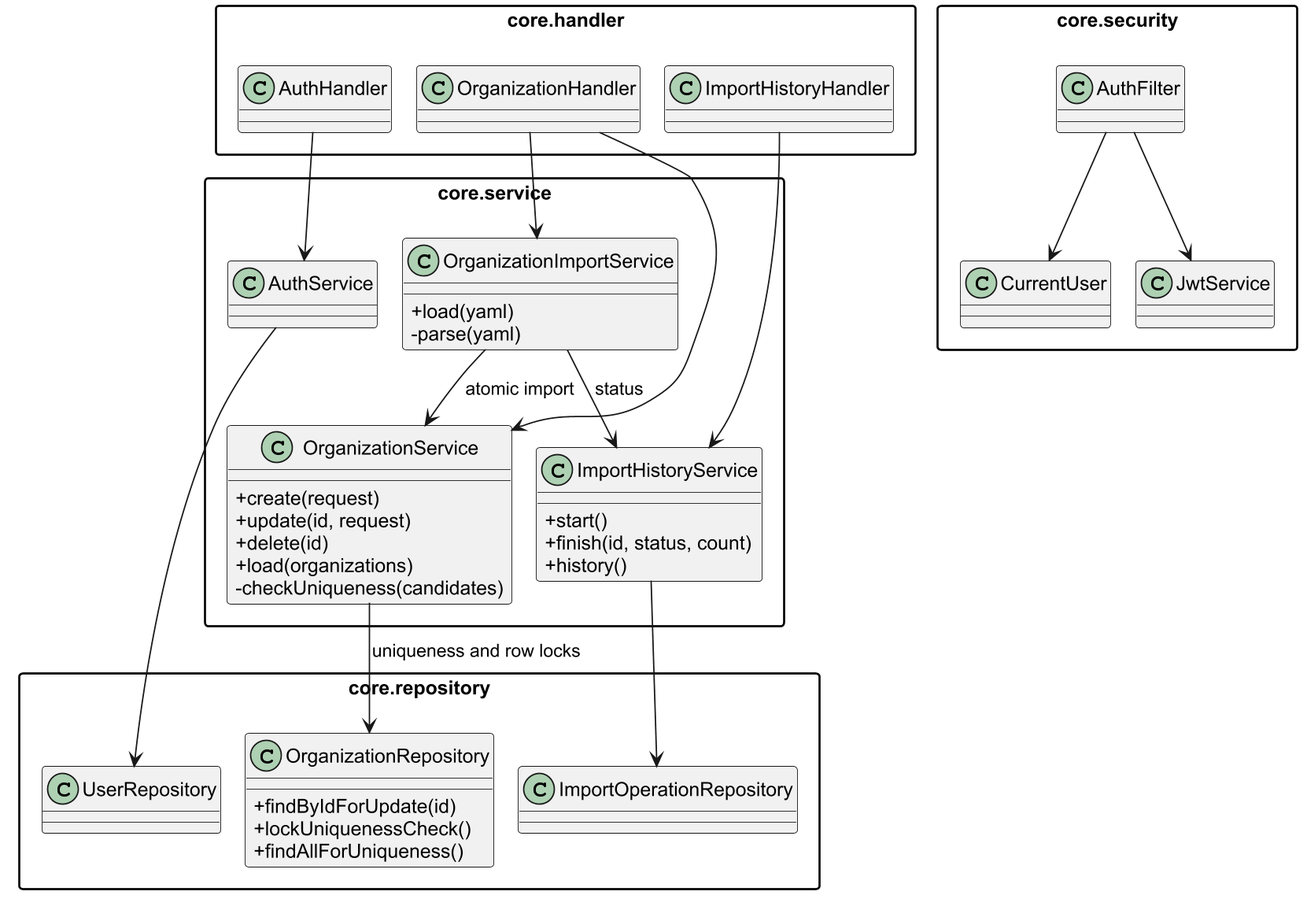
This is report/img/diagram.png from egor-abramov/IS-Lab, a PlantUML export, as it was before one commit. Its diagram source:
```plantuml
@startuml diagram
!pragma layout smetana
skinparam dpi 170
skinparam defaultFontName Arial
skinparam shadowing false
skinparam packageStyle rectangle
skinparam classAttributeIconSize 0
top to bottom direction
set namespaceSeparator none

package "core.handler" {
    class OrganizationHandler
    class ImportHistoryHandler
    class AuthHandler
}

package "core.service" {
    class OrganizationImportService {
        +load(yaml)
        -parse(yaml)
    }
    class OrganizationService {
        +create(request)
        +update(id, request)
        +delete(id)
        +load(organizations)
        -checkUniqueness(candidates)
    }
    class ImportHistoryService {
        +start()
        +finish(id, status, count)
        +history()
    }
    class AuthService
}

package "core.repository" {
    class OrganizationRepository {
        +findByIdForUpdate(id)
        +lockUniquenessCheck()
        +findAllForUniqueness()
    }
    class ImportOperationRepository
    class UserRepository
}

package "core.security" {
    class AuthFilter
    class CurrentUser
    class JwtService
}

OrganizationHandler --> OrganizationImportService
OrganizationHandler --> OrganizationService
ImportHistoryHandler --> ImportHistoryService
AuthHandler --> AuthService
OrganizationImportService --> OrganizationService : atomic import
OrganizationImportService --> ImportHistoryService : status
OrganizationService --> OrganizationRepository : uniqueness and row locks
ImportHistoryService --> ImportOperationRepository
AuthService --> UserRepository
AuthFilter --> CurrentUser
AuthFilter --> JwtService
@enduml
```
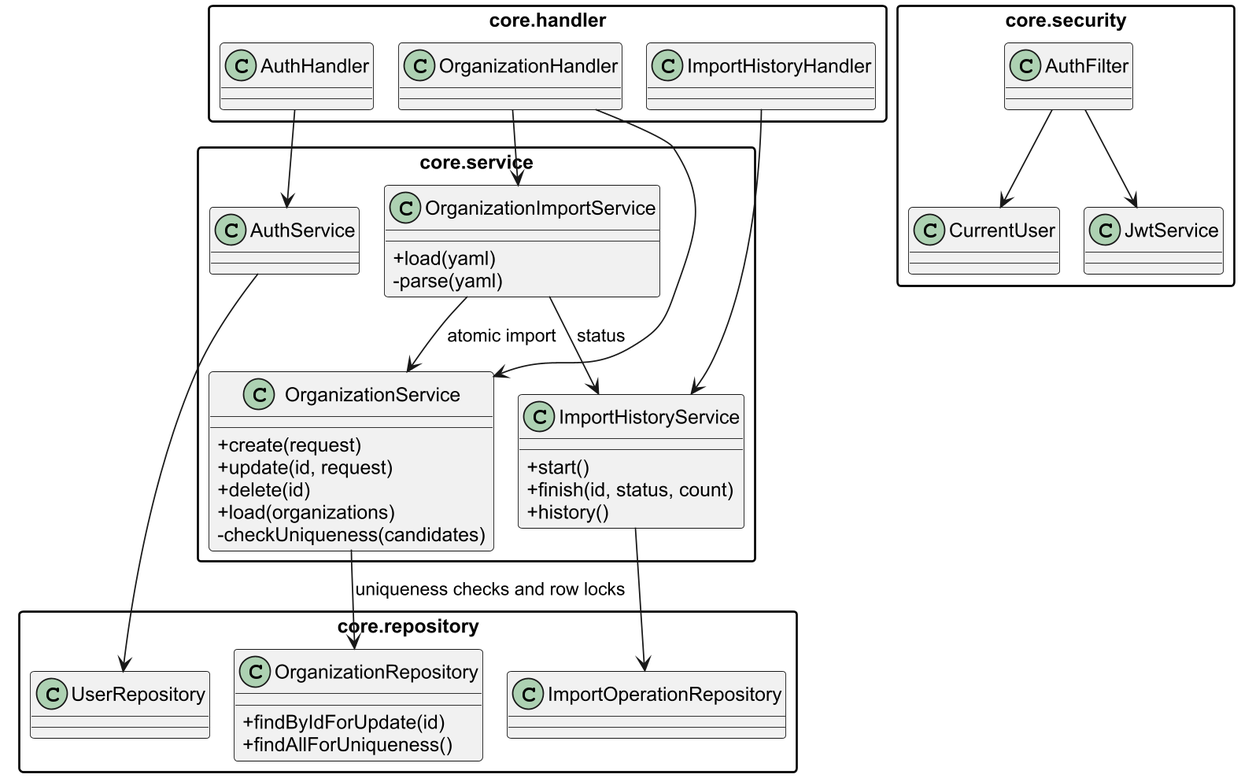
The same diagram one commit later.

Commit message:
docs: remove stale uniqueness lock references

Diff of the diagram source:
```diff
@@ -37,7 +37,6 @@
 package "core.repository" {
     class OrganizationRepository {
         +findByIdForUpdate(id)
-        +lockUniquenessCheck()
         +findAllForUniqueness()
     }
     class ImportOperationRepository
@@ -56,7 +55,7 @@
 AuthHandler --> AuthService
 OrganizationImportService --> OrganizationService : atomic import
 OrganizationImportService --> ImportHistoryService : status
-OrganizationService --> OrganizationRepository : uniqueness and row locks
+OrganizationService --> OrganizationRepository : uniqueness checks and row locks
 ImportHistoryService --> ImportOperationRepository
 AuthService --> UserRepository
 AuthFilter --> CurrentUser
```
